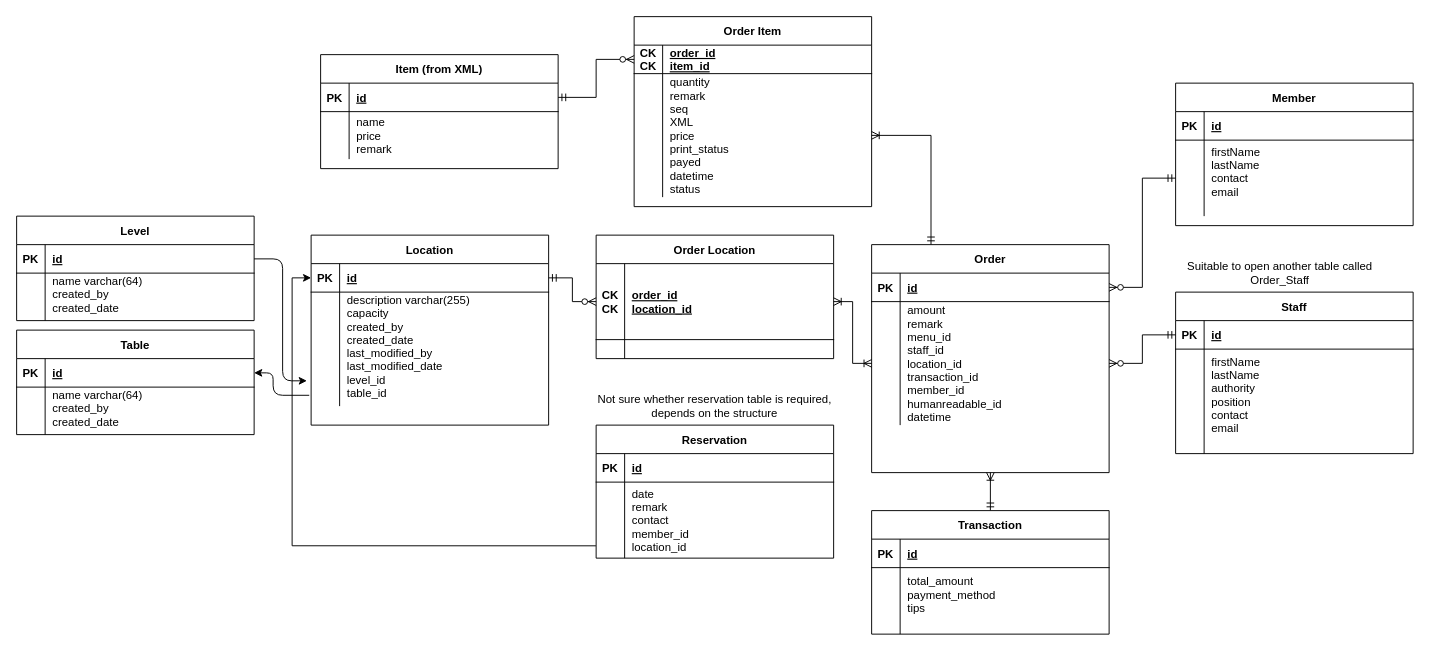
Before: Documentation/GastroManager_02.drawio in GregorGT/GastroManager, a draw.io diagram. Source tidied: cells renumbered, new cells numbered last; positions are measured from the earlier drawing's top-left corner, leaving out a move shared by most shapes. Both pictures are drawn from the tidied source at 95%, with x=0, y=0 at pixel (16, 16).
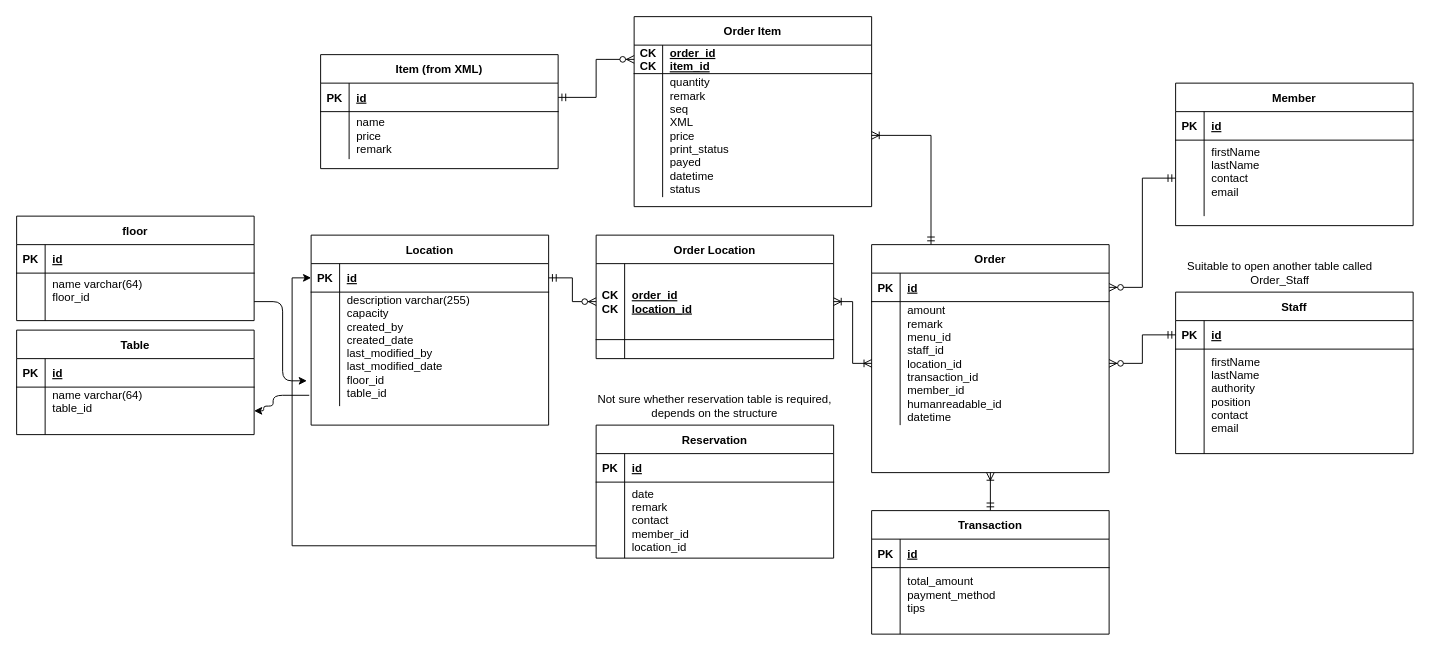
The same diagram, later.

Unchanged cells that the change refers to:
```xml
<mxCell id="30" style="shape=partialRectangle;fillColor=none;points=[[0,0.5],[1,0.5]];portConstraint=eastwest;top=0;left=0;right=0;bottom=0;" parent="26" vertex="1">
  <mxGeometry y="60" width="250" height="120" as="geometry" />
</mxCell>
<mxCell id="76" style="shape=partialRectangle;fillColor=none;points=[[0,0.5],[1,0.5]];portConstraint=eastwest;top=0;left=0;right=0;bottom=1;" parent="75" vertex="1">
  <mxGeometry y="30" width="250" height="30" as="geometry" />
</mxCell>
<mxCell id="79" style="shape=partialRectangle;fillColor=none;top=0;left=0;right=0;bottom=0;" parent="75" vertex="1">
  <mxGeometry y="60" width="250" height="50" as="geometry" />
</mxCell>
<mxCell id="83" style="shape=partialRectangle;fillColor=none;points=[[0,0.5],[1,0.5]];portConstraint=eastwest;top=0;left=0;right=0;bottom=1;" parent="82" vertex="1">
  <mxGeometry y="30" width="250" height="30" as="geometry" />
</mxCell>
<mxCell id="86" style="shape=partialRectangle;fillColor=none;points=[[0,0.5],[1,0.5]];portConstraint=eastwest;top=0;left=0;right=0;bottom=0;" parent="82" vertex="1">
  <mxGeometry y="60" width="250" height="50" as="geometry" />
</mxCell>
```

The edit, as a diff of the source:
```diff
@@
-    <mxCell id="32" value="description varchar(255) &#10;capacity&#10;created_by&#10;created_date&#10;last_modified_by&#10;last_modified_date&#10;level_id&#10;table_id&#10;&#10;" style="shape=partialRectangle;overflow=hidden;fillColor=none;top=0;left=0;bottom=0;right=0;align=left;spacingLeft=6;" parent="30" vertex="1">
+    <mxCell id="32" value="description varchar(255) &#10;capacity&#10;created_by&#10;created_date&#10;last_modified_by&#10;last_modified_date&#10;floor_id&#10;table_id&#10;&#10;" style="shape=partialRectangle;overflow=hidden;fillColor=none;top=0;left=0;bottom=0;right=0;align=left;spacingLeft=6;" parent="30" vertex="1">
       <mxGeometry x="30" width="220" height="120" as="geometry" />
     </mxCell>
@@
-    <mxCell id="75" value="Level" style="shape=table;startSize=30;childLayout=tableLayout;rowLines=0;fontStyle=1;align=center;" parent="1" vertex="1">
+    <mxCell id="75" value="floor" style="shape=table;startSize=30;childLayout=tableLayout;rowLines=0;fontStyle=1;align=center;" parent="1" vertex="1">
       <mxGeometry y="210" width="250" height="110" as="geometry" />
     </mxCell>
@@
-    <mxCell id="81" value="name varchar(64) &#10;created_by&#10;created_date&#10;&#10;" style="shape=partialRectangle;overflow=hidden;fillColor=none;top=0;left=0;bottom=0;right=0;align=left;spacingLeft=6;" parent="79" vertex="1">
+    <mxCell id="81" value="name varchar(64) &#10;floor_id&#10;" style="shape=partialRectangle;overflow=hidden;fillColor=none;top=0;left=0;bottom=0;right=0;align=left;spacingLeft=6;" parent="79" vertex="1">
       <mxGeometry x="30" width="220" height="50" as="geometry" />
     </mxCell>
@@
-    <mxCell id="88" value="name varchar(64) &#10;created_by&#10;created_date&#10;&#10;" style="shape=partialRectangle;overflow=hidden;fillColor=none;top=0;left=0;bottom=0;right=0;align=left;spacingLeft=6;" parent="86" vertex="1">
+    <mxCell id="88" value="name varchar(64)&#10;table_id &#10;&#10;" style="shape=partialRectangle;overflow=hidden;fillColor=none;top=0;left=0;bottom=0;right=0;align=left;spacingLeft=6;" parent="86" vertex="1">
       <mxGeometry x="30" width="220" height="50" as="geometry" />
     </mxCell>
-    <mxCell id="89" style="edgeStyle=orthogonalEdgeStyle;rounded=1;jettySize=auto;html=1;entryX=1;entryY=0.5;entryDx=0;entryDy=0;exitX=-0.008;exitY=0.905;exitDx=0;exitDy=0;exitPerimeter=0;" parent="1" edge="1" source="30" target="83">
+    <mxCell id="89" style="edgeStyle=orthogonalEdgeStyle;rounded=1;jettySize=auto;html=1;entryX=1;entryY=0.5;entryDx=0;entryDy=0;exitX=-0.008;exitY=0.905;exitDx=0;exitDy=0;exitPerimeter=0;" parent="1" edge="1" source="30" target="86">
       <mxGeometry relative="1" as="geometry">
         <Array as="points">
           <mxPoint x="270" y="399" />
-          <mxPoint x="270" y="375" />
+          <mxPoint x="270" y="410" />
+          <mxPoint x="260" y="410" />
+          <mxPoint x="260" y="415" />
         </Array>
       </mxGeometry>
     </mxCell>
-    <mxCell id="90" style="rounded=1;jettySize=auto;html=1;exitX=1;exitY=0.5;exitDx=0;exitDy=0;entryX=-0.018;entryY=0.778;entryDx=0;entryDy=0;entryPerimeter=0;edgeStyle=orthogonalEdgeStyle;" parent="1" edge="1" source="76" target="30">
-      <mxGeometry relative="1" as="geometry" />
+    <mxCell id="90" style="rounded=1;jettySize=auto;html=1;entryX=-0.018;entryY=0.778;entryDx=0;entryDy=0;entryPerimeter=0;edgeStyle=orthogonalEdgeStyle;" parent="1" edge="1" target="30">
+      <mxGeometry relative="1" as="geometry">
+        <mxPoint x="250" y="300" as="sourcePoint" />
+        <Array as="points">
+          <mxPoint x="250" y="300" />
+          <mxPoint x="280" y="300" />
+          <mxPoint x="280" y="383" />
+        </Array>
+      </mxGeometry>
     </mxCell>
```
